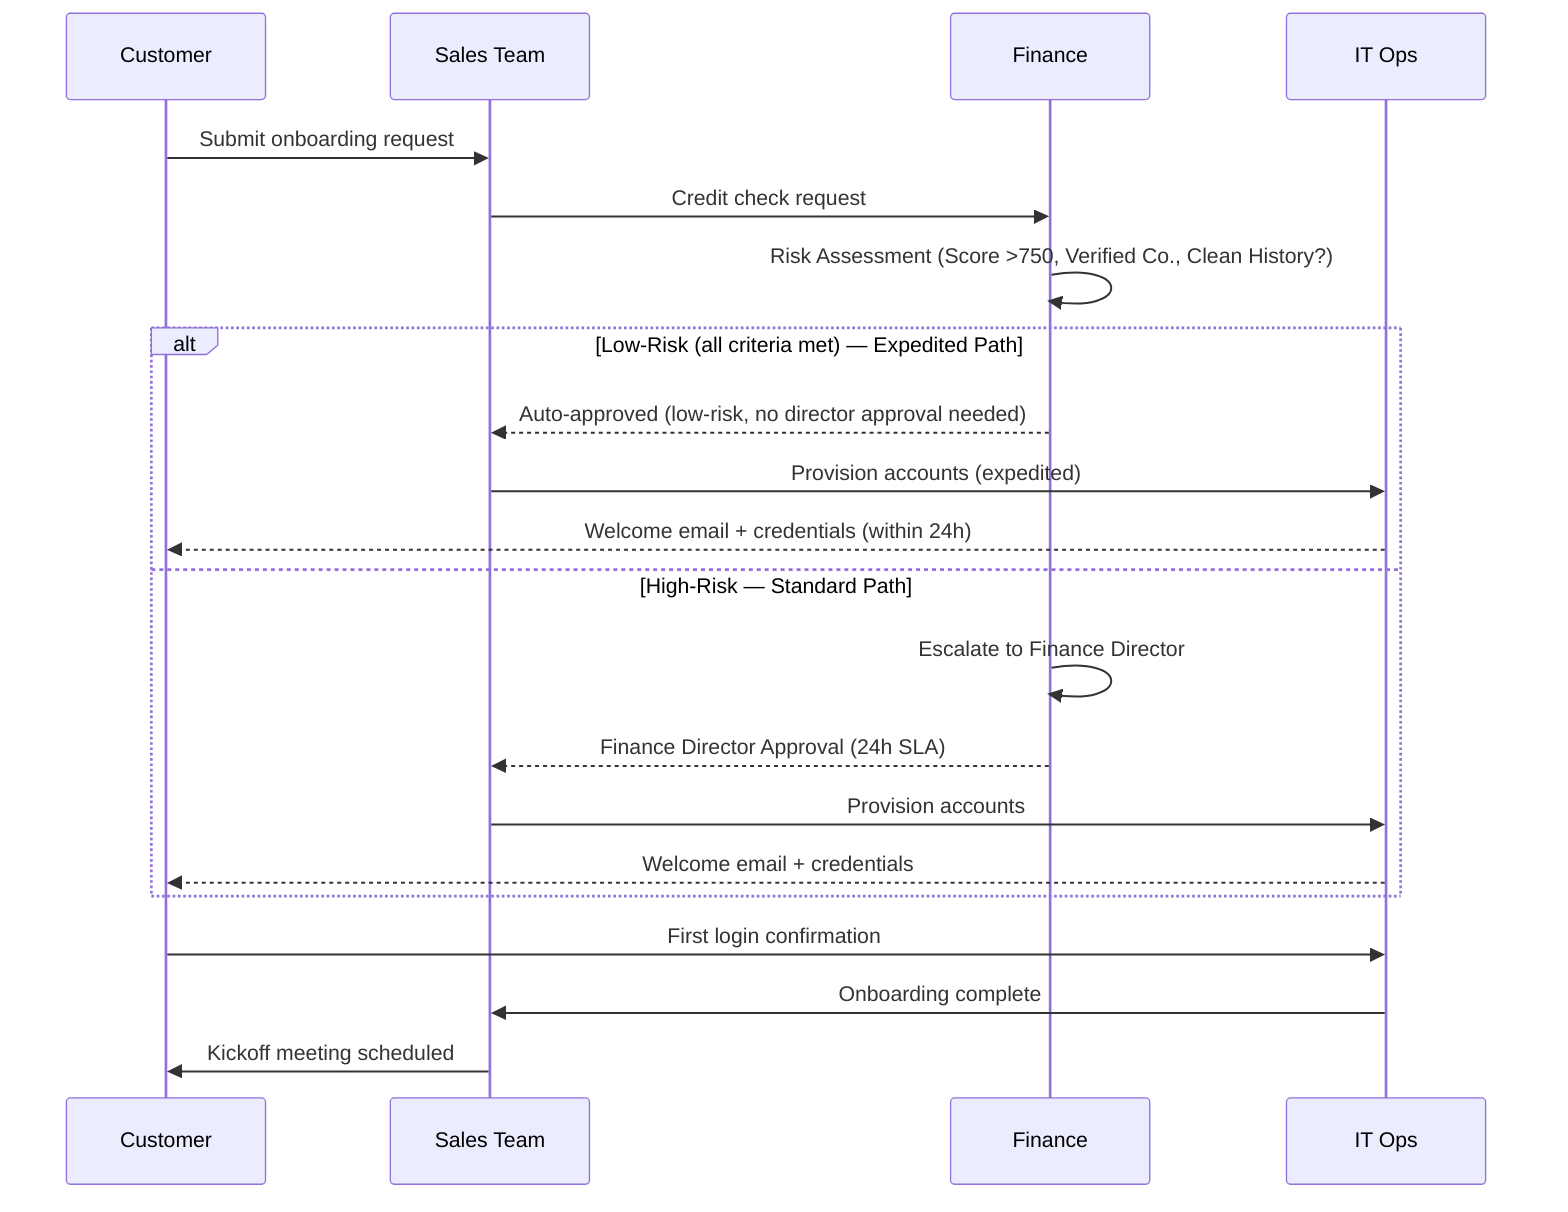
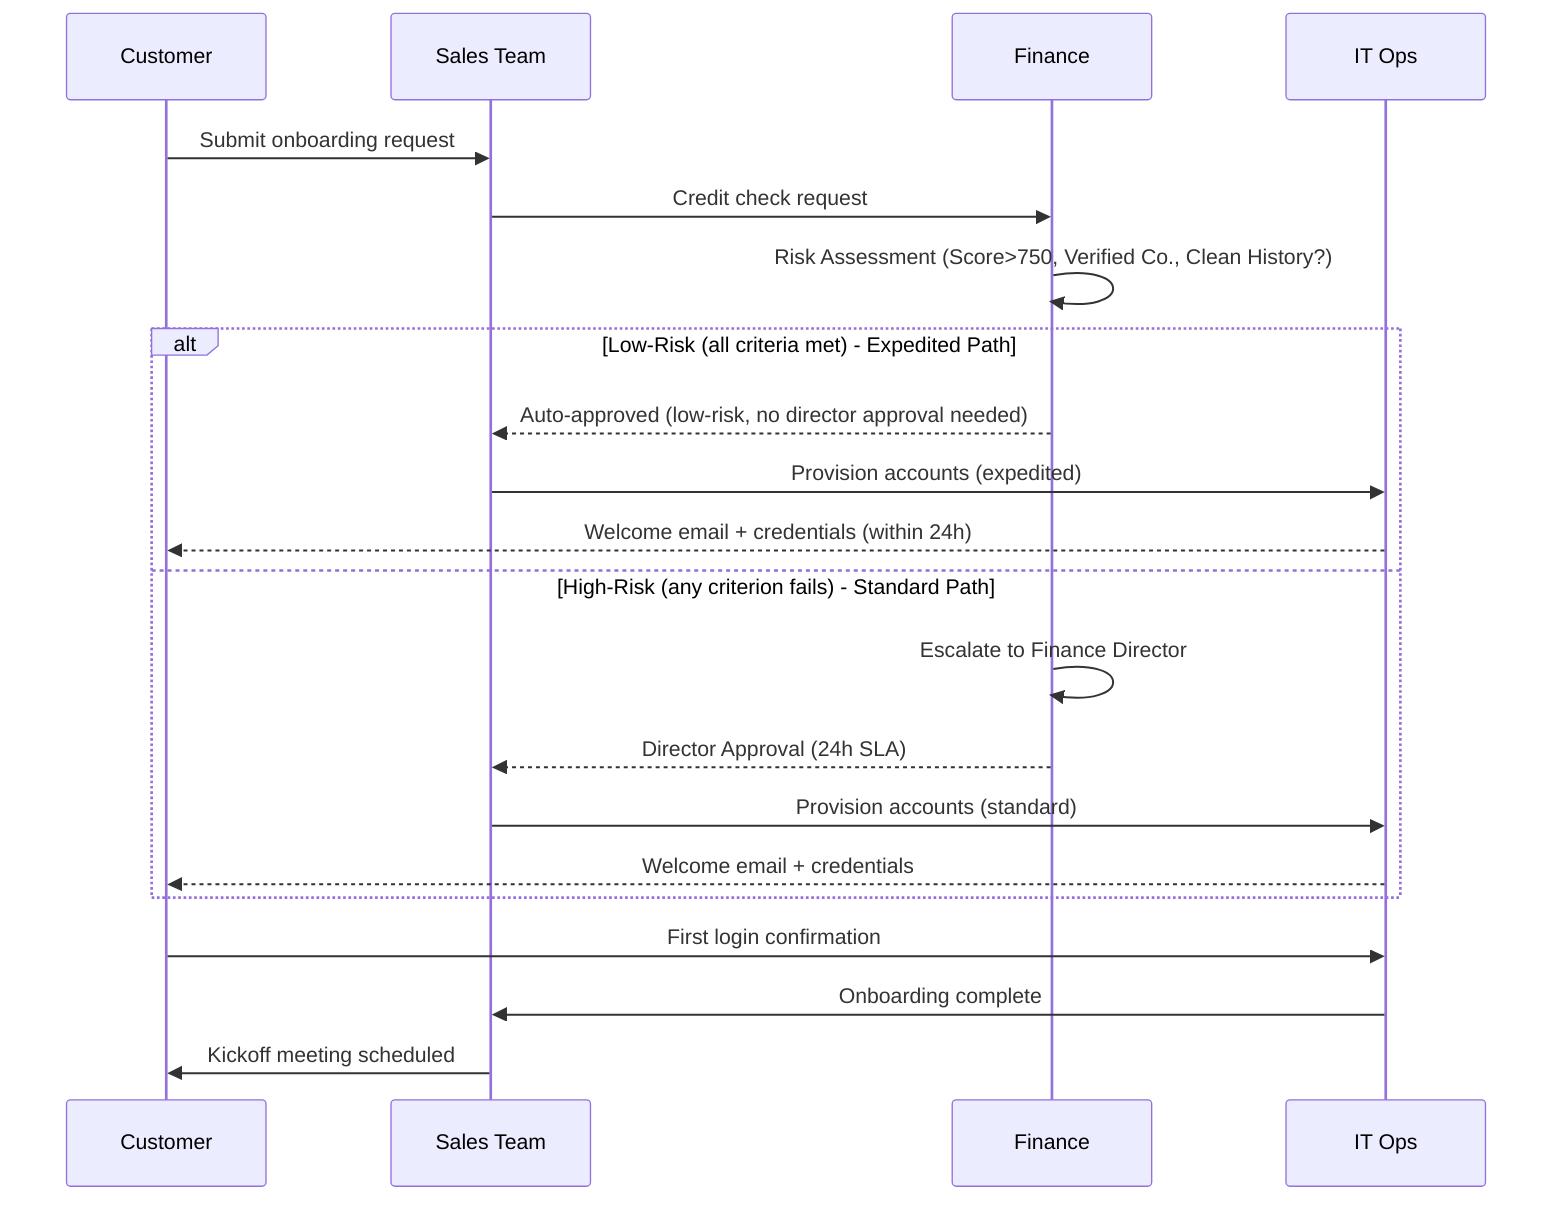
sequenceDiagram
    participant C as Customer
    participant S as Sales Team
    participant F as Finance
    participant IT as IT Ops

    C->>S: Submit onboarding request
    S->>F: Credit check request
- 
-     %% ⚡ CHANGED SECTION - Risk assessment decision after credit check
-     F->>F: Risk Assessment (Score >750, Verified Co., Clean History?)
- 
-     alt Low-Risk (all criteria met) — Expedited Path
+     %% ⚡ CHANGED SECTION - Risk assessment and expedited path
+     F->>F: Risk Assessment (Score>750, Verified Co., Clean History?)
+     alt Low-Risk (all criteria met) - Expedited Path
        F-->>S: Auto-approved (low-risk, no director approval needed)
        S->>IT: Provision accounts (expedited)
        IT-->>C: Welcome email + credentials (within 24h)
-     else High-Risk — Standard Path
+     else High-Risk (any criterion fails) - Standard Path
        F->>F: Escalate to Finance Director
-         F-->>S: Finance Director Approval (24h SLA)
-         S->>IT: Provision accounts
+         F-->>S: Director Approval (24h SLA)
+         S->>IT: Provision accounts (standard)
        IT-->>C: Welcome email + credentials
    end
    %% ⚡ END CHANGED SECTION
- 
    C->>IT: First login confirmation
    IT->>S: Onboarding complete
    S->>C: Kickoff meeting scheduled

%% EXPLANATION:
- %% Added a risk assessment step within Finance after the credit check request. Introduced an alt/else block: low-risk customers (score >750, verified company, clean payment history) receive automatic approval and proceed directly to expedited account provisioning, while high-risk customers follow the existing path through Finance Director approval before provisioning. All downstream steps (first login confirmation, onboarding complete, kickoff scheduling) remain shared across both paths.+ %% Added a risk assessment step within Finance after the credit check request. An alt/else block splits the flow: low-risk customers (credit score >750, verified company status, no payment history issues) receive automatic approval and proceed directly to expedited account provisioning, while high-risk customers are escalated to the Finance Director for approval under the existing 24h SLA before standard provisioning. Both paths converge at the customer's first login confirmation.